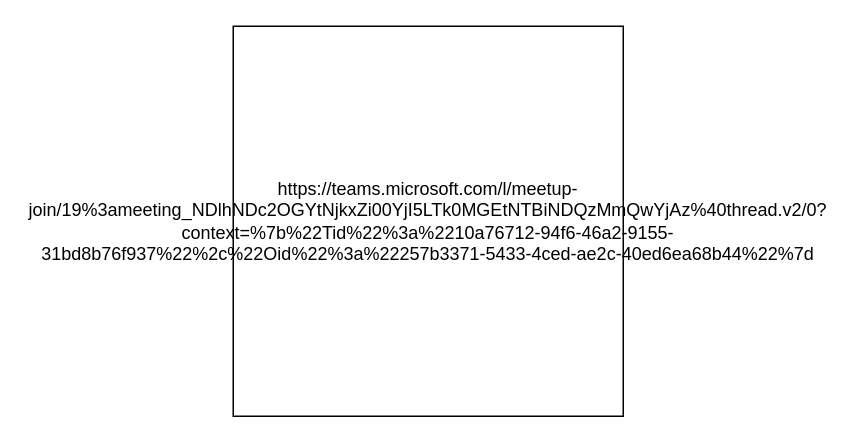
rgil93/Prueba keeps this draw.io diagram as Diagrama sin título.drawio. Above is the earlier version. Source tidied: cells renumbered, new cells numbered last; positions are measured from the earlier drawing's top-left corner, leaving out a move shared by most shapes. Both pictures are drawn from the tidied source at 150%, with x=0, y=0 at pixel (232, 26).
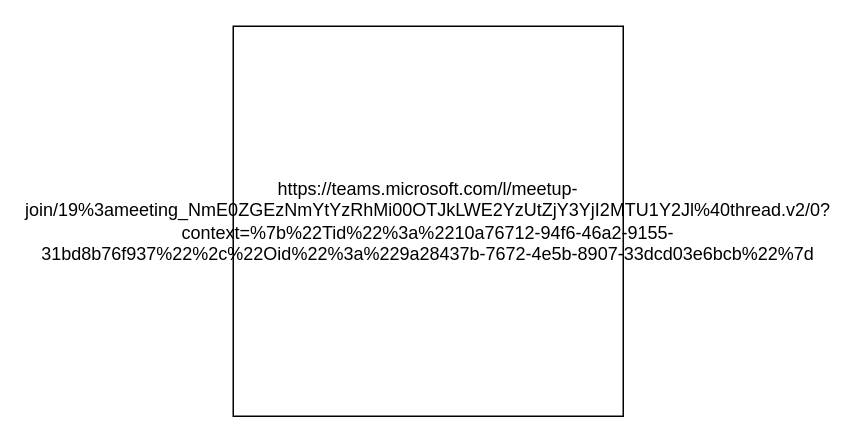
The same page after the edit.

Change to the diagram source:
```diff
@@
 <mxGraphModel>
   <root>
     <mxCell id="0" />
     <mxCell id="1" parent="0" />
-    <mxCell id="2" value="https://teams.microsoft.com/l/meetup-join/19%3ameeting_NDlhNDc2OGYtNjkxZi00YjI5LTk0MGEtNTBiNDQzMmQwYjAz%40thread.v2/0?context=%7b%22Tid%22%3a%2210a76712-94f6-46a2-9155-31bd8b76f937%22%2c%22Oid%22%3a%22257b3371-5433-4ced-ae2c-40ed6ea68b44%22%7d" style="whiteSpace=wrap;html=1;" parent="1" vertex="1">
+    <mxCell id="2" value="https://teams.microsoft.com/l/meetup-join/19%3ameeting_NmE0ZGEzNmYtYzRhMi00OTJkLWE2YzUtZjY3YjI2MTU1Y2Jl%40thread.v2/0?context=%7b%22Tid%22%3a%2210a76712-94f6-46a2-9155-31bd8b76f937%22%2c%22Oid%22%3a%229a28437b-7672-4e5b-8907-33dcd03e6bcb%22%7d" style="whiteSpace=wrap;html=1;" parent="1" vertex="1">
       <mxGeometry width="260" height="260" as="geometry" />
     </mxCell>
   </root>
 </mxGraphModel>
```
